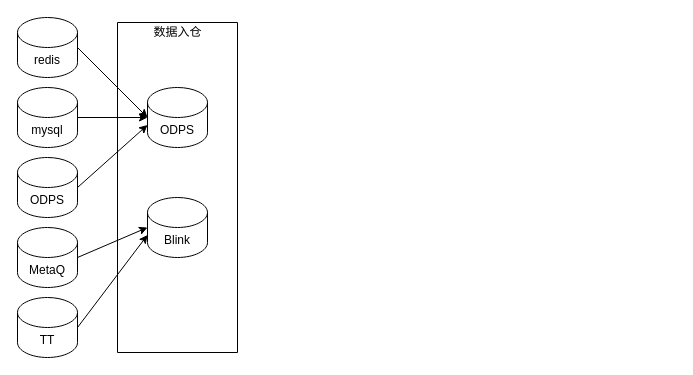
Above: UserExperienceMS.drawio in changedi/bettercharts (draw.io), before the change. Source tidied: cells renumbered, new cells numbered last; positions are measured from the earlier drawing's top-left corner, leaving out a move shared by most shapes. Both pictures are drawn from the tidied source at 100%, with x=0, y=0 at pixel (17, 17).
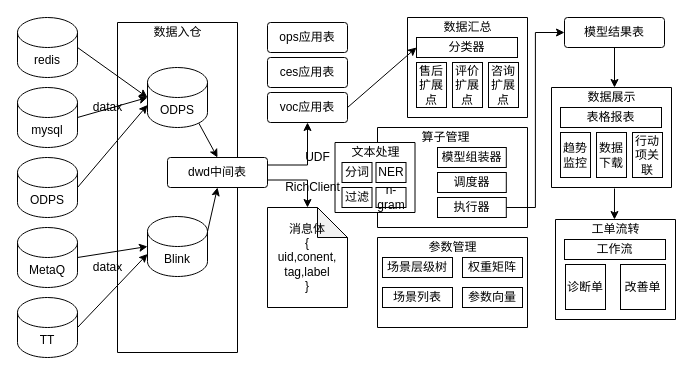
The same diagram, later.

Diff of the diagram source:
```diff
@@
     <mxCell id="8" value="ODPS" style="shape=cylinder3;whiteSpace=wrap;html=1;boundedLbl=1;backgroundOutline=1;size=15;" parent="1" vertex="1">
-      <mxGeometry x="130" y="70" width="60" height="60" as="geometry" />
+      <mxGeometry x="130" y="50" width="60" height="60" as="geometry" />
     </mxCell>
     <mxCell id="9" value="Blink" style="shape=cylinder3;whiteSpace=wrap;html=1;boundedLbl=1;backgroundOutline=1;size=15;" parent="1" vertex="1">
-      <mxGeometry x="130" y="180" width="60" height="60" as="geometry" />
+      <mxGeometry x="130" y="199" width="60" height="60" as="geometry" />
     </mxCell>
@@
+    <mxCell id="16" value="datax" style="text;html=1;align=center;verticalAlign=middle;strokeColor=none;fillColor=none;" parent="1" vertex="1">
+      <mxGeometry x="70" y="80" width="40" height="20" as="geometry" />
+    </mxCell>
+    <mxCell id="17" value="datax" style="text;html=1;align=center;verticalAlign=middle;strokeColor=none;fillColor=none;" parent="1" vertex="1">
+      <mxGeometry x="70" y="240" width="40" height="20" as="geometry" />
+    </mxCell>
+    <mxCell id="18" value="dwd中间表" style="rounded=1;arcSize=10;whiteSpace=wrap;html=1;align=center;" parent="1" vertex="1">
+      <mxGeometry x="150" y="140" width="100" height="30" as="geometry" />
+    </mxCell>
+    <mxCell id="19" style="endArrow=classic;html=1;rounded=0;exitX=0.855;exitY=1;exitDx=0;exitDy=-4.35;exitPerimeter=0;entryX=0.5;entryY=0;entryDx=0;entryDy=0;" parent="1" edge="1" source="8" target="18">
+      <mxGeometry relative="1" as="geometry" />
+    </mxCell>
+    <mxCell id="20" style="endArrow=classic;html=1;rounded=0;exitX=1;exitY=0;exitDx=0;exitDy=15;exitPerimeter=0;entryX=0.5;entryY=1;entryDx=0;entryDy=0;" parent="1" edge="1" source="9" target="18">
+      <mxGeometry relative="1" as="geometry" />
+    </mxCell>
+    <mxCell id="21" value="ops应用表" style="rounded=1;arcSize=10;whiteSpace=wrap;html=1;align=center;" parent="1" vertex="1">
+      <mxGeometry x="250" y="5" width="80" height="30" as="geometry" />
+    </mxCell>
+    <mxCell id="22" value="ces应用表" style="rounded=1;arcSize=10;whiteSpace=wrap;html=1;align=center;" parent="1" vertex="1">
+      <mxGeometry x="250" y="40" width="80" height="30" as="geometry" />
+    </mxCell>
+    <mxCell id="23" value="voc应用表" style="rounded=1;arcSize=10;whiteSpace=wrap;html=1;align=center;" parent="1" vertex="1">
+      <mxGeometry x="250" y="75" width="80" height="30" as="geometry" />
+    </mxCell>
+    <mxCell id="24" style="endArrow=classic;html=1;rounded=0;exitX=1;exitY=0.25;exitDx=0;exitDy=0;entryX=0.5;entryY=1;entryDx=0;entryDy=0;edgeStyle=orthogonalEdgeStyle;" parent="1" edge="1" source="18" target="23">
+      <mxGeometry relative="1" as="geometry" />
+    </mxCell>
+    <mxCell id="25" style="endArrow=classic;html=1;rounded=0;exitX=1;exitY=0.75;exitDx=0;exitDy=0;entryX=0.5;entryY=0;entryDx=0;entryDy=0;edgeStyle=orthogonalEdgeStyle;entryPerimeter=0;" parent="1" edge="1" source="18" target="26">
+      <mxGeometry relative="1" as="geometry" />
+    </mxCell>
+    <mxCell id="26" value="消息体&lt;br&gt;{&lt;br&gt;uid,conent,&lt;br&gt;tag,label&lt;br&gt;}" style="shape=note;whiteSpace=wrap;html=1;backgroundOutline=1;darkOpacity=0.05;" parent="1" vertex="1">
+      <mxGeometry x="250" y="190" width="80" height="100" as="geometry" />
+    </mxCell>
+    <mxCell id="27" style="group;" parent="1" vertex="1">
+      <mxGeometry x="390" width="120" height="100" as="geometry" />
+    </mxCell>
+    <mxCell id="28" style="verticalLabelPosition=bottom;verticalAlign=top;html=1;shape=mxgraph.basic.rect;fillColor2=none;strokeWidth=1;size=20;indent=5;" parent="27" vertex="1">
+      <mxGeometry width="120" height="100" as="geometry" />
+    </mxCell>
+    <mxCell id="29" value="数据汇总" style="text;html=1;align=center;verticalAlign=middle;strokeColor=none;fillColor=none;" parent="27" vertex="1">
+      <mxGeometry x="30" width="60" height="20" as="geometry" />
+    </mxCell>
+    <mxCell id="30" value="分类器" style="rounded=0;whiteSpace=wrap;html=1;" parent="27" vertex="1">
+      <mxGeometry x="9" y="20" width="101" height="20" as="geometry" />
+    </mxCell>
+    <mxCell id="31" value="售后扩展点" style="rounded=0;whiteSpace=wrap;html=1;" parent="27" vertex="1">
+      <mxGeometry x="9" y="45" width="30" height="45" as="geometry" />
+    </mxCell>
+    <mxCell id="32" value="评价扩展点" style="rounded=0;whiteSpace=wrap;html=1;" parent="27" vertex="1">
+      <mxGeometry x="45" y="45" width="30" height="45" as="geometry" />
+    </mxCell>
+    <mxCell id="33" value="咨询扩展点" style="rounded=0;whiteSpace=wrap;html=1;" parent="27" vertex="1">
+      <mxGeometry x="81" y="45" width="30" height="45" as="geometry" />
+    </mxCell>
+    <mxCell id="34" style="group;" parent="1" vertex="1">
+      <mxGeometry x="390" y="220" width="120" height="100" as="geometry" />
+    </mxCell>
+    <mxCell id="35" style="verticalLabelPosition=bottom;verticalAlign=top;html=1;shape=mxgraph.basic.rect;fillColor2=none;strokeWidth=1;size=20;indent=5;" parent="34" vertex="1">
+      <mxGeometry x="-30" width="150" height="90" as="geometry" />
+    </mxCell>
+    <mxCell id="36" value="参数管理" style="text;html=1;align=center;verticalAlign=middle;strokeColor=none;fillColor=none;" parent="34" vertex="1">
+      <mxGeometry x="15" width="60" height="20" as="geometry" />
+    </mxCell>
+    <mxCell id="37" value="场景层级树" style="rounded=0;whiteSpace=wrap;html=1;" parent="34" vertex="1">
+      <mxGeometry x="-25" y="20" width="70" height="20" as="geometry" />
+    </mxCell>
+    <mxCell id="38" value="场景列表" style="rounded=0;whiteSpace=wrap;html=1;" parent="34" vertex="1">
+      <mxGeometry x="-25" y="50" width="70" height="20" as="geometry" />
+    </mxCell>
+    <mxCell id="39" value="权重矩阵" style="rounded=0;whiteSpace=wrap;html=1;" parent="34" vertex="1">
+      <mxGeometry x="55" y="20" width="60" height="20" as="geometry" />
+    </mxCell>
+    <mxCell id="40" value="参数向量" style="rounded=0;whiteSpace=wrap;html=1;" parent="34" vertex="1">
+      <mxGeometry x="55" y="50" width="60" height="20" as="geometry" />
+    </mxCell>
+    <mxCell id="41" style="group;" parent="1" vertex="1">
+      <mxGeometry x="360" y="110" width="150" height="100" as="geometry" />
+    </mxCell>
+    <mxCell id="42" style="verticalLabelPosition=bottom;verticalAlign=top;html=1;shape=mxgraph.basic.rect;fillColor2=none;strokeWidth=1;size=20;indent=5;" parent="41" vertex="1">
+      <mxGeometry width="150" height="100" as="geometry" />
+    </mxCell>
+    <mxCell id="43" value="算子管理" style="text;html=1;align=center;verticalAlign=middle;strokeColor=none;fillColor=none;" parent="41" vertex="1">
+      <mxGeometry x="37.5" width="60" height="20" as="geometry" />
+    </mxCell>
+    <mxCell id="44" style="group;" parent="41" vertex="1">
+      <mxGeometry x="-42.5" y="15" width="80" height="70" as="geometry" />
+    </mxCell>
+    <mxCell id="45" style="verticalLabelPosition=bottom;verticalAlign=top;html=1;shape=mxgraph.basic.rect;fillColor2=none;strokeWidth=1;size=20;indent=5;" parent="44" vertex="1">
+      <mxGeometry width="80" height="70" as="geometry" />
+    </mxCell>
+    <mxCell id="46" value="文本处理" style="text;html=1;align=center;verticalAlign=middle;strokeColor=none;fillColor=none;" parent="44" vertex="1">
+      <mxGeometry x="10" width="60" height="20" as="geometry" />
+    </mxCell>
+    <mxCell id="47" value="分词" style="rounded=0;whiteSpace=wrap;html=1;" parent="44" vertex="1">
+      <mxGeometry x="7" y="20" width="30" height="20" as="geometry" />
+    </mxCell>
+    <mxCell id="48" value="NER" style="rounded=0;whiteSpace=wrap;html=1;" parent="44" vertex="1">
+      <mxGeometry x="41" y="20" width="30" height="20" as="geometry" />
+    </mxCell>
+    <mxCell id="49" value="过滤" style="rounded=0;whiteSpace=wrap;html=1;" parent="44" vertex="1">
+      <mxGeometry x="7" y="45" width="30" height="20" as="geometry" />
+    </mxCell>
+    <mxCell id="50" value="n-gram" style="rounded=0;whiteSpace=wrap;html=1;" parent="44" vertex="1">
+      <mxGeometry x="41" y="45" width="30" height="20" as="geometry" />
+    </mxCell>
+    <mxCell id="51" value="模型组装器" style="rounded=0;whiteSpace=wrap;html=1;" parent="41" vertex="1">
+      <mxGeometry x="60" y="20" width="68.8" height="20" as="geometry" />
+    </mxCell>
+    <mxCell id="52" value="调度器" style="rounded=0;whiteSpace=wrap;html=1;" parent="41" vertex="1">
+      <mxGeometry x="60" y="45" width="68.8" height="20" as="geometry" />
+    </mxCell>
+    <mxCell id="53" value="执行器" style="rounded=0;whiteSpace=wrap;html=1;" parent="41" vertex="1">
+      <mxGeometry x="60" y="70" width="68.8" height="20" as="geometry" />
+    </mxCell>
+    <mxCell id="54" style="endArrow=classic;html=1;rounded=0;exitX=1;exitY=0.5;exitDx=0;exitDy=0;entryX=0;entryY=0.5;entryDx=0;entryDy=0;" parent="1" edge="1" source="23" target="30">
+      <mxGeometry relative="1" as="geometry" />
+    </mxCell>
+    <mxCell id="55" value="UDF" style="text;html=1;align=center;verticalAlign=middle;strokeColor=none;fillColor=none;" parent="1" vertex="1">
+      <mxGeometry x="280" y="130" width="40" height="20" as="geometry" />
+    </mxCell>
+    <mxCell id="56" value="RichClient" style="text;html=1;align=center;verticalAlign=middle;strokeColor=none;fillColor=none;" parent="1" vertex="1">
+      <mxGeometry x="260" y="160" width="70" height="20" as="geometry" />
+    </mxCell>
+    <mxCell id="57" value="模型结果表" style="rounded=1;arcSize=10;whiteSpace=wrap;html=1;align=center;" parent="1" vertex="1">
+      <mxGeometry x="547" width="100" height="30" as="geometry" />
+    </mxCell>
+    <mxCell id="58" style="endArrow=classic;html=1;rounded=0;exitX=1;exitY=0.5;exitDx=0;exitDy=0;entryX=0;entryY=0.5;entryDx=0;entryDy=0;edgeStyle=orthogonalEdgeStyle;" parent="1" edge="1" source="53" target="57">
+      <mxGeometry relative="1" as="geometry" />
+    </mxCell>
+    <mxCell id="59" style="group;" parent="1" vertex="1">
+      <mxGeometry x="534" y="70" width="120" height="100" as="geometry" />
+    </mxCell>
+    <mxCell id="60" style="verticalLabelPosition=bottom;verticalAlign=top;html=1;shape=mxgraph.basic.rect;fillColor2=none;strokeWidth=1;size=20;indent=5;" parent="59" vertex="1">
+      <mxGeometry width="120" height="100" as="geometry" />
+    </mxCell>
+    <mxCell id="61" value="数据展示" style="text;html=1;align=center;verticalAlign=middle;points=[];strokeColor=none;fillColor=none;" parent="59" vertex="1">
+      <mxGeometry x="30" width="60" height="20" as="geometry" />
+    </mxCell>
+    <mxCell id="62" value="表格报表" style="rounded=0;whiteSpace=wrap;html=1;" parent="59" vertex="1">
+      <mxGeometry x="9" y="20" width="101" height="20" as="geometry" />
+    </mxCell>
+    <mxCell id="63" value="趋势监控" style="rounded=0;whiteSpace=wrap;html=1;" parent="59" vertex="1">
+      <mxGeometry x="9" y="45" width="30" height="45" as="geometry" />
+    </mxCell>
+    <mxCell id="64" value="数据下载" style="rounded=0;whiteSpace=wrap;html=1;" parent="59" vertex="1">
+      <mxGeometry x="45" y="45" width="30" height="45" as="geometry" />
+    </mxCell>
+    <mxCell id="65" value="行动项关联" style="rounded=0;whiteSpace=wrap;html=1;" parent="59" vertex="1">
+      <mxGeometry x="81" y="45" width="30" height="45" as="geometry" />
+    </mxCell>
+    <mxCell id="66" style="endArrow=classic;html=1;rounded=0;exitX=0.5;exitY=1;exitDx=0;exitDy=0;entryX=0.55;entryY=0;entryDx=0;entryDy=0;entryPerimeter=0;" parent="1" edge="1" source="57" target="61">
+      <mxGeometry relative="1" as="geometry" />
+    </mxCell>
+    <mxCell id="67" style="group;" parent="1" vertex="1">
+      <mxGeometry x="538" y="202" width="120" height="100" as="geometry" />
+    </mxCell>
+    <mxCell id="68" style="verticalLabelPosition=bottom;verticalAlign=top;html=1;shape=mxgraph.basic.rect;fillColor2=none;strokeWidth=1;size=20;indent=5;" parent="67" vertex="1">
+      <mxGeometry width="120" height="100" as="geometry" />
+    </mxCell>
+    <mxCell id="69" value="工单流转" style="text;html=1;align=center;verticalAlign=middle;points=[];strokeColor=none;fillColor=none;" parent="67" vertex="1">
+      <mxGeometry x="30" width="60" height="20" as="geometry" />
+    </mxCell>
+    <mxCell id="70" value="工作流" style="rounded=0;whiteSpace=wrap;html=1;" parent="67" vertex="1">
+      <mxGeometry x="9" y="20" width="101" height="20" as="geometry" />
+    </mxCell>
+    <mxCell id="71" value="诊断单" style="rounded=0;whiteSpace=wrap;html=1;" parent="67" vertex="1">
+      <mxGeometry x="10" y="45" width="40" height="45" as="geometry" />
+    </mxCell>
+    <mxCell id="72" value="改善单" style="rounded=0;whiteSpace=wrap;html=1;" parent="67" vertex="1">
+      <mxGeometry x="65" y="45" width="45" height="45" as="geometry" />
+    </mxCell>
+    <mxCell id="73" style="endArrow=classic;html=1;rounded=0;exitX=0.525;exitY=1.01;exitDx=0;exitDy=0;entryX=0.483;entryY=0;entryDx=0;entryDy=0;entryPerimeter=0;exitPerimeter=0;" parent="1" edge="1" source="60" target="69">
+      <mxGeometry relative="1" as="geometry" />
+    </mxCell>
```
